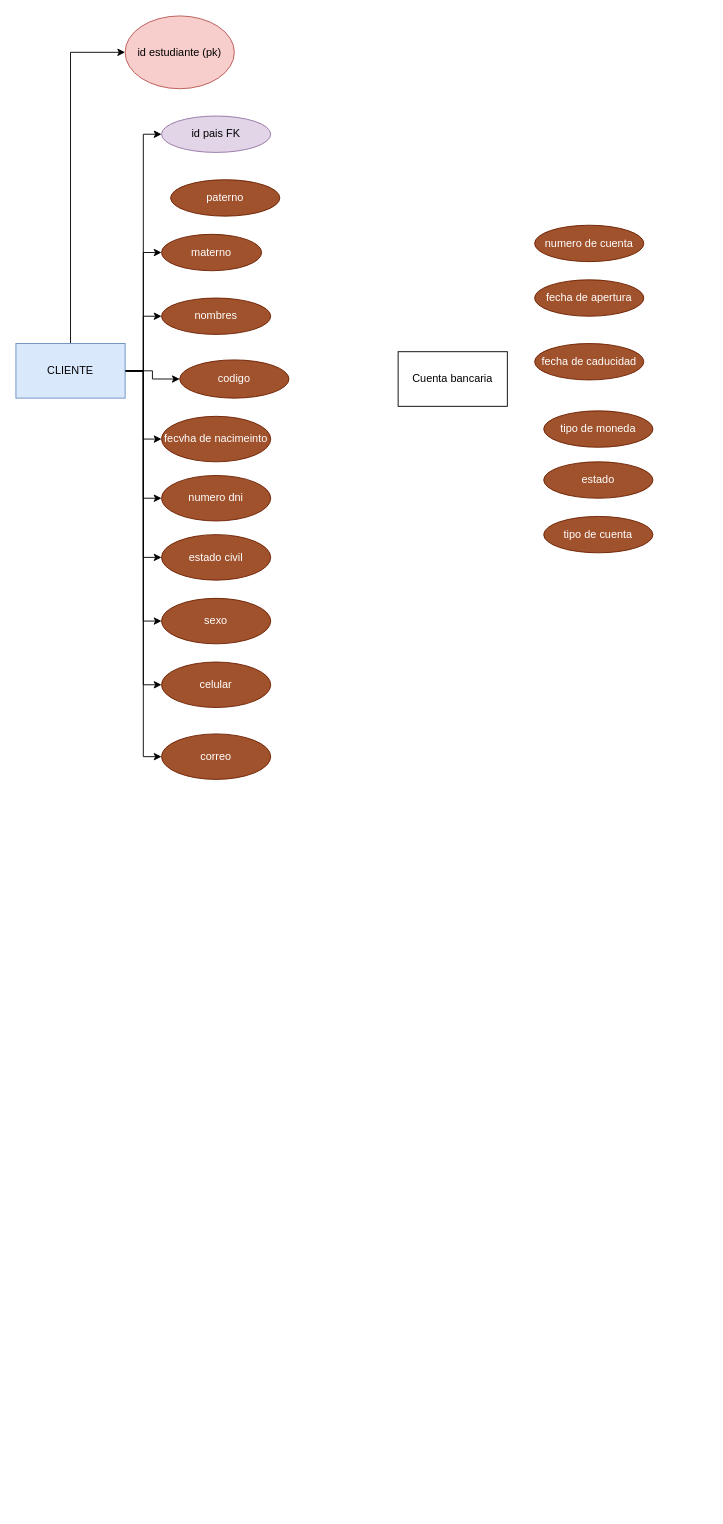
This is Diagrama sin título12.drawio from alexanderhuahuacccapacc/BDn, a draw.io file, before an edit. Source tidied: cells renumbered, new cells numbered last; positions are measured from the earlier drawing's top-left corner, leaving out a move shared by most shapes. Both pictures are drawn from the tidied source at 91%, with x=0, y=0 at pixel (15, 15).
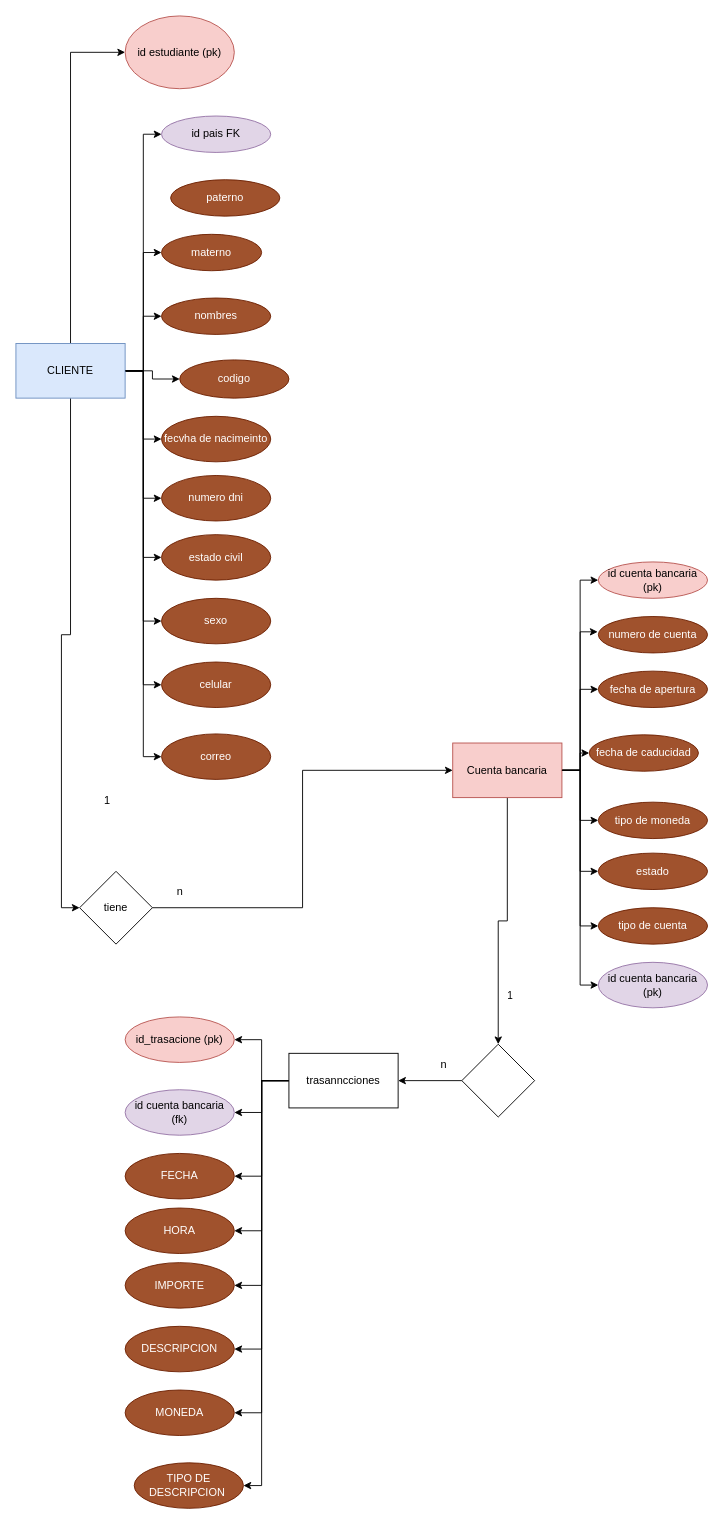
After the change.

The change refers to these unchanged cells:
```xml
<mxCell id="12" value="&lt;div&gt;CLIENTE&lt;/div&gt;" style="rounded=0;whiteSpace=wrap;html=1;fillColor=#dae8fc;strokeColor=#6c8ebf;" parent="1" vertex="1">
  <mxGeometry y="360" width="120" height="60" as="geometry" />
</mxCell>
```

Diff of the diagram source:
```diff
@@
+    <mxCell id="33" style="edgeStyle=orthogonalEdgeStyle;rounded=0;jettySize=auto;html=1;entryX=0;entryY=0.5;entryDx=0;entryDy=0;" parent="1" edge="1" source="12" target="47">
+      <mxGeometry relative="1" as="geometry" />
+    </mxCell>
@@
     <mxCell id="16" value="tipo de moneda" style="ellipse;whiteSpace=wrap;html=1;fillColor=#a0522d;strokeColor=#6D1F00;fontColor=#ffffff;" parent="1" vertex="1">
-      <mxGeometry x="580" y="434" width="120" height="40" as="geometry" />
+      <mxGeometry x="640" y="864" width="120" height="40" as="geometry" />
     </mxCell>
@@
+    <mxCell id="34" style="edgeStyle=orthogonalEdgeStyle;rounded=0;jettySize=auto;html=1;entryX=0;entryY=0.5;entryDx=0;entryDy=0;" parent="1" edge="1" source="26" target="29">
+      <mxGeometry relative="1" as="geometry" />
+    </mxCell>
+    <mxCell id="35" style="edgeStyle=orthogonalEdgeStyle;rounded=0;jettySize=auto;html=1;entryX=0;entryY=0.5;entryDx=0;entryDy=0;" parent="1" edge="1" source="26" target="30">
+      <mxGeometry relative="1" as="geometry" />
+    </mxCell>
+    <mxCell id="36" style="edgeStyle=orthogonalEdgeStyle;rounded=0;jettySize=auto;html=1;entryX=0;entryY=0.5;entryDx=0;entryDy=0;" parent="1" edge="1" source="26" target="32">
+      <mxGeometry relative="1" as="geometry" />
+    </mxCell>
+    <mxCell id="37" style="edgeStyle=orthogonalEdgeStyle;rounded=0;jettySize=auto;html=1;entryX=0;entryY=0.5;entryDx=0;entryDy=0;" parent="1" edge="1" source="26" target="31">
+      <mxGeometry relative="1" as="geometry" />
+    </mxCell>
+    <mxCell id="38" style="edgeStyle=orthogonalEdgeStyle;rounded=0;jettySize=auto;html=1;entryX=0;entryY=0.5;entryDx=0;entryDy=0;" parent="1" edge="1" source="26" target="45">
+      <mxGeometry relative="1" as="geometry" />
+    </mxCell>
+    <mxCell id="39" style="edgeStyle=orthogonalEdgeStyle;rounded=0;jettySize=auto;html=1;entryX=0;entryY=0.5;entryDx=0;entryDy=0;" parent="1" edge="1" source="26" target="44">
+      <mxGeometry relative="1" as="geometry" />
+    </mxCell>
+    <mxCell id="40" style="edgeStyle=orthogonalEdgeStyle;rounded=0;jettySize=auto;html=1;" parent="1" edge="1" source="26" target="49">
+      <mxGeometry relative="1" as="geometry" />
+    </mxCell>
+    <mxCell id="41" value="1" style="edgeLabel;html=1;align=center;verticalAlign=middle;" parent="40" vertex="1">
+      <mxGeometry x="0.62" y="12" relative="1" as="geometry">
+        <mxPoint y="-1" as="offset" />
+      </mxGeometry>
+    </mxCell>
-    <mxCell id="26" value="Cuenta bancaria" style="rounded=0;whiteSpace=wrap;html=1;" parent="1" vertex="1">
-      <mxGeometry x="420" y="369" width="120" height="60" as="geometry" />
+    <mxCell id="26" value="Cuenta bancaria" style="rounded=0;whiteSpace=wrap;html=1;fillColor=#f8cecc;strokeColor=#b85450;" parent="1" vertex="1">
+      <mxGeometry x="480" y="799" width="120" height="60" as="geometry" />
     </mxCell>
@@
     <mxCell id="28" value="numero de cuenta" style="ellipse;whiteSpace=wrap;html=1;fillColor=#a0522d;strokeColor=#6D1F00;fontColor=#ffffff;" parent="1" vertex="1">
-      <mxGeometry x="570" y="230" width="120" height="40" as="geometry" />
+      <mxGeometry x="640" y="660" width="120" height="40" as="geometry" />
     </mxCell>
     <mxCell id="29" value="fecha de apertura" style="ellipse;whiteSpace=wrap;html=1;fillColor=#a0522d;strokeColor=#6D1F00;fontColor=#ffffff;" parent="1" vertex="1">
-      <mxGeometry x="570" y="290" width="120" height="40" as="geometry" />
+      <mxGeometry x="640" y="720" width="120" height="40" as="geometry" />
     </mxCell>
     <mxCell id="30" value="fecha de caducidad" style="ellipse;whiteSpace=wrap;html=1;fillColor=#a0522d;strokeColor=#6D1F00;fontColor=#ffffff;" parent="1" vertex="1">
-      <mxGeometry x="570" y="360" width="120" height="40" as="geometry" />
+      <mxGeometry x="630" y="790" width="120" height="40" as="geometry" />
     </mxCell>
     <mxCell id="31" value="tipo de cuenta" style="ellipse;whiteSpace=wrap;html=1;fillColor=#a0522d;strokeColor=#6D1F00;fontColor=#ffffff;" parent="1" vertex="1">
-      <mxGeometry x="580" y="550" width="120" height="40" as="geometry" />
+      <mxGeometry x="640" y="980" width="120" height="40" as="geometry" />
     </mxCell>
     <mxCell id="32" value="estado" style="ellipse;whiteSpace=wrap;html=1;fillColor=#a0522d;strokeColor=#6D1F00;fontColor=#ffffff;" parent="1" vertex="1">
-      <mxGeometry x="580" y="490" width="120" height="40" as="geometry" />
+      <mxGeometry x="640" y="920" width="120" height="40" as="geometry" />
     </mxCell>
+    <mxCell id="42" style="edgeStyle=orthogonalEdgeStyle;rounded=0;jettySize=auto;html=1;entryX=-0.006;entryY=0.421;entryDx=0;entryDy=0;entryPerimeter=0;" parent="1" edge="1" source="26" target="28">
+      <mxGeometry relative="1" as="geometry" />
+    </mxCell>
+    <mxCell id="43" style="edgeStyle=orthogonalEdgeStyle;rounded=0;jettySize=auto;html=1;entryX=0;entryY=0.5;entryDx=0;entryDy=0;" parent="1" edge="1" source="26" target="16">
+      <mxGeometry relative="1" as="geometry" />
+    </mxCell>
+    <mxCell id="44" value="id cuenta bancaria (pk)" style="ellipse;whiteSpace=wrap;html=1;fillColor=#f8cecc;strokeColor=#b85450;" parent="1" vertex="1">
+      <mxGeometry x="640" y="600" width="120" height="40" as="geometry" />
+    </mxCell>
+    <mxCell id="45" value="id cuenta bancaria (pk)" style="ellipse;whiteSpace=wrap;html=1;fillColor=#e1d5e7;strokeColor=#9673a6;" parent="1" vertex="1">
+      <mxGeometry x="640" y="1040" width="120" height="50" as="geometry" />
+    </mxCell>
+    <mxCell id="46" style="edgeStyle=orthogonalEdgeStyle;rounded=0;jettySize=auto;html=1;entryX=0;entryY=0.5;entryDx=0;entryDy=0;" parent="1" edge="1" source="47" target="26">
+      <mxGeometry relative="1" as="geometry" />
+    </mxCell>
+    <mxCell id="47" value="tiene" style="rhombus;whiteSpace=wrap;html=1;" parent="1" vertex="1">
+      <mxGeometry x="70" y="940" width="80" height="80" as="geometry" />
+    </mxCell>
+    <mxCell id="48" style="edgeStyle=orthogonalEdgeStyle;rounded=0;jettySize=auto;html=1;" parent="1" edge="1" source="49" target="58">
+      <mxGeometry relative="1" as="geometry" />
+    </mxCell>
+    <mxCell id="49" style="rhombus;whiteSpace=wrap;html=1;" parent="1" vertex="1">
+      <mxGeometry x="490" y="1130" width="80" height="80" as="geometry" />
+    </mxCell>
+    <mxCell id="50" style="edgeStyle=orthogonalEdgeStyle;rounded=0;jettySize=auto;html=1;entryX=1;entryY=0.5;entryDx=0;entryDy=0;" parent="1" edge="1" source="58" target="62">
+      <mxGeometry relative="1" as="geometry" />
+    </mxCell>
+    <mxCell id="51" style="edgeStyle=orthogonalEdgeStyle;rounded=0;jettySize=auto;html=1;entryX=1;entryY=0.5;entryDx=0;entryDy=0;" parent="1" edge="1" source="58" target="63">
+      <mxGeometry relative="1" as="geometry" />
+    </mxCell>
+    <mxCell id="52" style="edgeStyle=orthogonalEdgeStyle;rounded=0;jettySize=auto;html=1;entryX=1;entryY=0.5;entryDx=0;entryDy=0;" parent="1" edge="1" source="58" target="64">
+      <mxGeometry relative="1" as="geometry" />
+    </mxCell>
+    <mxCell id="53" style="edgeStyle=orthogonalEdgeStyle;rounded=0;jettySize=auto;html=1;entryX=1;entryY=0.5;entryDx=0;entryDy=0;" parent="1" edge="1" source="58" target="66">
+      <mxGeometry relative="1" as="geometry" />
+    </mxCell>
+    <mxCell id="54" style="edgeStyle=orthogonalEdgeStyle;rounded=0;jettySize=auto;html=1;entryX=1;entryY=0.5;entryDx=0;entryDy=0;" parent="1" edge="1" source="58" target="65">
+      <mxGeometry relative="1" as="geometry" />
+    </mxCell>
+    <mxCell id="55" style="edgeStyle=orthogonalEdgeStyle;rounded=0;jettySize=auto;html=1;entryX=1;entryY=0.5;entryDx=0;entryDy=0;" parent="1" edge="1" source="58" target="68">
+      <mxGeometry relative="1" as="geometry" />
+    </mxCell>
+    <mxCell id="56" style="edgeStyle=orthogonalEdgeStyle;rounded=0;jettySize=auto;html=1;entryX=1;entryY=0.5;entryDx=0;entryDy=0;" parent="1" edge="1" source="58" target="67">
+      <mxGeometry relative="1" as="geometry" />
+    </mxCell>
+    <mxCell id="57" style="edgeStyle=orthogonalEdgeStyle;rounded=0;jettySize=auto;html=1;entryX=1;entryY=0.5;entryDx=0;entryDy=0;" parent="1" edge="1" source="58" target="69">
+      <mxGeometry relative="1" as="geometry">
+        <Array as="points">
+          <mxPoint x="270" y="1170" />
+          <mxPoint x="270" y="1615" />
+        </Array>
+      </mxGeometry>
+    </mxCell>
+    <mxCell id="58" value="trasanncciones" style="whiteSpace=wrap;html=1;" parent="1" vertex="1">
+      <mxGeometry x="300" y="1140" width="120" height="60" as="geometry" />
+    </mxCell>
+    <mxCell id="59" value="1" style="text;html=1;align=center;verticalAlign=middle;strokeColor=none;fillColor=none;" parent="1" vertex="1">
+      <mxGeometry x="85" y="848" width="30" height="30" as="geometry" />
+    </mxCell>
+    <mxCell id="60" value="n" style="text;html=1;align=center;verticalAlign=middle;strokeColor=none;fillColor=none;" parent="1" vertex="1">
+      <mxGeometry x="165" y="948" width="30" height="30" as="geometry" />
+    </mxCell>
+    <mxCell id="61" value="n" style="text;html=1;align=center;verticalAlign=middle;strokeColor=none;fillColor=none;" parent="1" vertex="1">
+      <mxGeometry x="455" y="1138" width="30" height="30" as="geometry" />
+    </mxCell>
+    <mxCell id="62" value="id_trasacione (pk)" style="ellipse;whiteSpace=wrap;html=1;fillColor=#f8cecc;strokeColor=#b85450;" parent="1" vertex="1">
+      <mxGeometry x="120" y="1100" width="120" height="50" as="geometry" />
+    </mxCell>
+    <mxCell id="63" value="id cuenta bancaria (fk)" style="ellipse;whiteSpace=wrap;html=1;fillColor=#e1d5e7;strokeColor=#9673a6;" parent="1" vertex="1">
+      <mxGeometry x="120" y="1180" width="120" height="50" as="geometry" />
+    </mxCell>
+    <mxCell id="64" value="FECHA" style="ellipse;whiteSpace=wrap;html=1;fillColor=#a0522d;strokeColor=#6D1F00;fontColor=#ffffff;" parent="1" vertex="1">
+      <mxGeometry x="120" y="1250" width="120" height="50" as="geometry" />
+    </mxCell>
+    <mxCell id="65" value="IMPORTE" style="ellipse;whiteSpace=wrap;html=1;fillColor=#a0522d;strokeColor=#6D1F00;fontColor=#ffffff;" parent="1" vertex="1">
+      <mxGeometry x="120" y="1370" width="120" height="50" as="geometry" />
+    </mxCell>
+    <mxCell id="66" value="HORA" style="ellipse;whiteSpace=wrap;html=1;fillColor=#a0522d;strokeColor=#6D1F00;fontColor=#ffffff;" parent="1" vertex="1">
+      <mxGeometry x="120" y="1310" width="120" height="50" as="geometry" />
+    </mxCell>
+    <mxCell id="67" value="MONEDA" style="ellipse;whiteSpace=wrap;html=1;fillColor=#a0522d;strokeColor=#6D1F00;fontColor=#ffffff;" parent="1" vertex="1">
+      <mxGeometry x="120" y="1510" width="120" height="50" as="geometry" />
+    </mxCell>
+    <mxCell id="68" value="DESCRIPCION" style="ellipse;whiteSpace=wrap;html=1;fillColor=#a0522d;strokeColor=#6D1F00;fontColor=#ffffff;" parent="1" vertex="1">
+      <mxGeometry x="120" y="1440" width="120" height="50" as="geometry" />
+    </mxCell>
+    <mxCell id="69" value="TIPO DE DESCRIPCION&amp;nbsp;" style="ellipse;whiteSpace=wrap;html=1;fillColor=#a0522d;strokeColor=#6D1F00;fontColor=#ffffff;" parent="1" vertex="1">
+      <mxGeometry x="130" y="1590" width="120" height="50" as="geometry" />
+    </mxCell>
```
